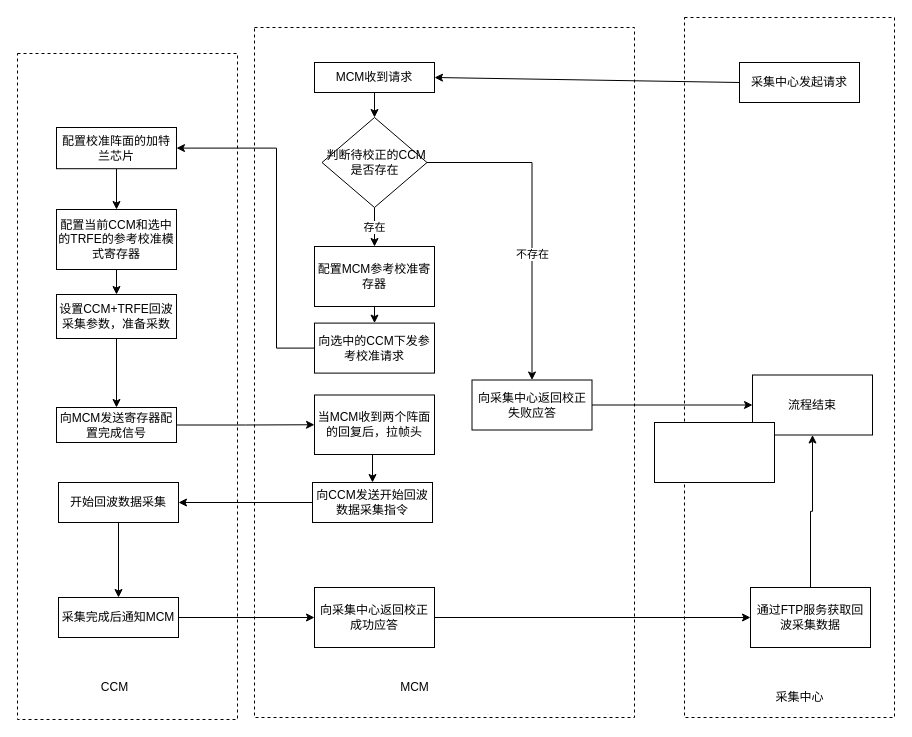
Before: Untitled Diagram.drawio in rdmpl/cframe_gui, a draw.io diagram. Source tidied: cells renumbered, new cells numbered last; positions are measured from the earlier drawing's top-left corner, leaving out a move shared by most shapes. Both pictures are drawn from the tidied source at 100%, with x=0, y=0 at pixel (17, 17).
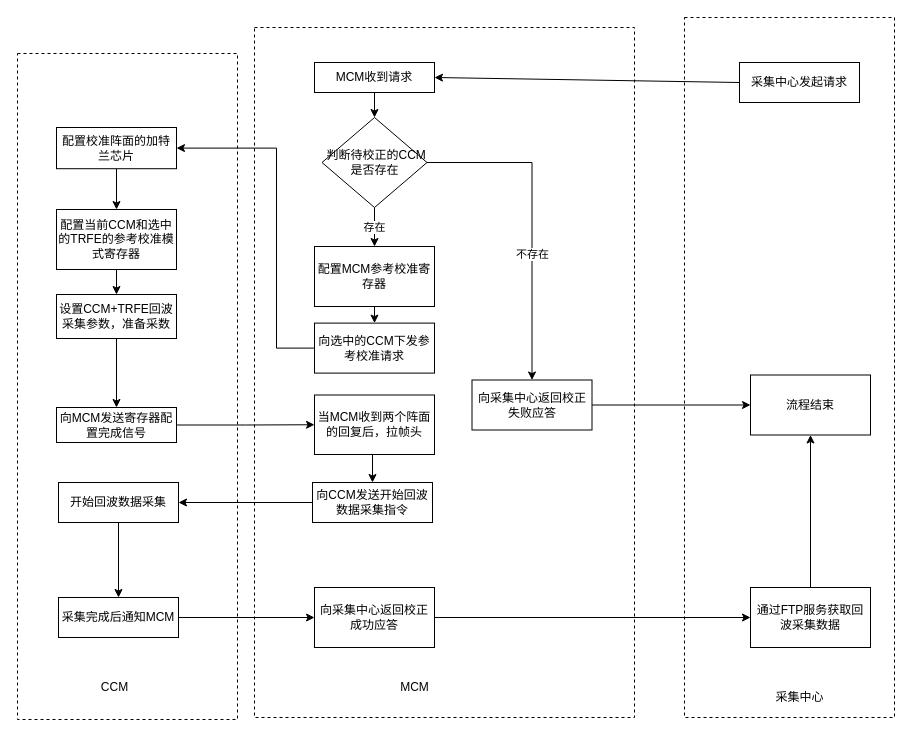
Above is the later version.

What changed in the source:
```diff
@@
-<mxGraphModel>
+<mxGraphModel background="#ffffff">
@@
     <mxCell id="23" value="流程结束" style="rounded=0;whiteSpace=wrap;html=1;shadow=0;glass=0;sketch=0;" parent="1" vertex="1">
-      <mxGeometry x="735" y="357.5" width="120" height="60" as="geometry" />
+      <mxGeometry x="733" y="357.5" width="120" height="60" as="geometry" />
     </mxCell>
@@
-    <mxCell id="41" style="rounded=0;whiteSpace=wrap;html=1;" parent="1" vertex="1">
-      <mxGeometry x="637" y="405" width="120" height="60" as="geometry" />
-    </mxCell>
```
